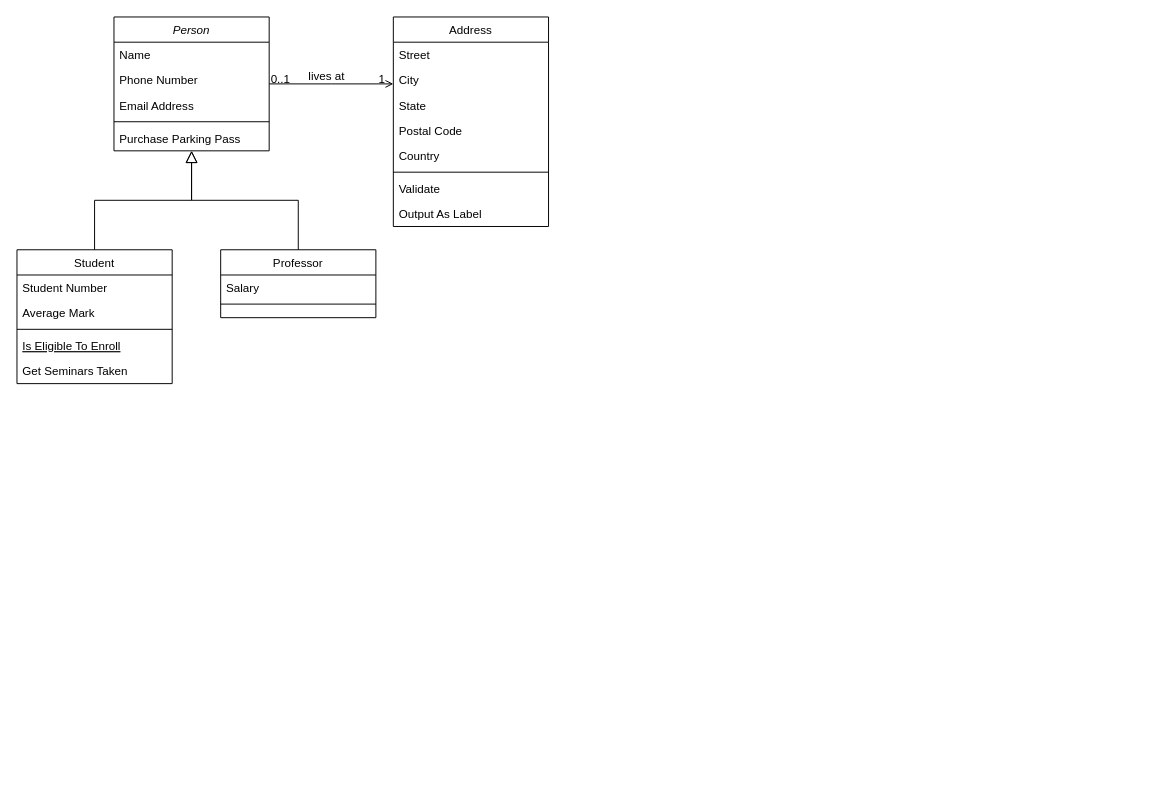
The draw.io diagram Untitled Diagram.drawio in iamheetp/ecomstore, before the edit. Source tidied: cells renumbered, new cells numbered last; positions are measured from the earlier drawing's top-left corner, leaving out a move shared by most shapes. Both pictures are drawn from the tidied source at 97%, with x=0, y=0 at pixel (16, 16).
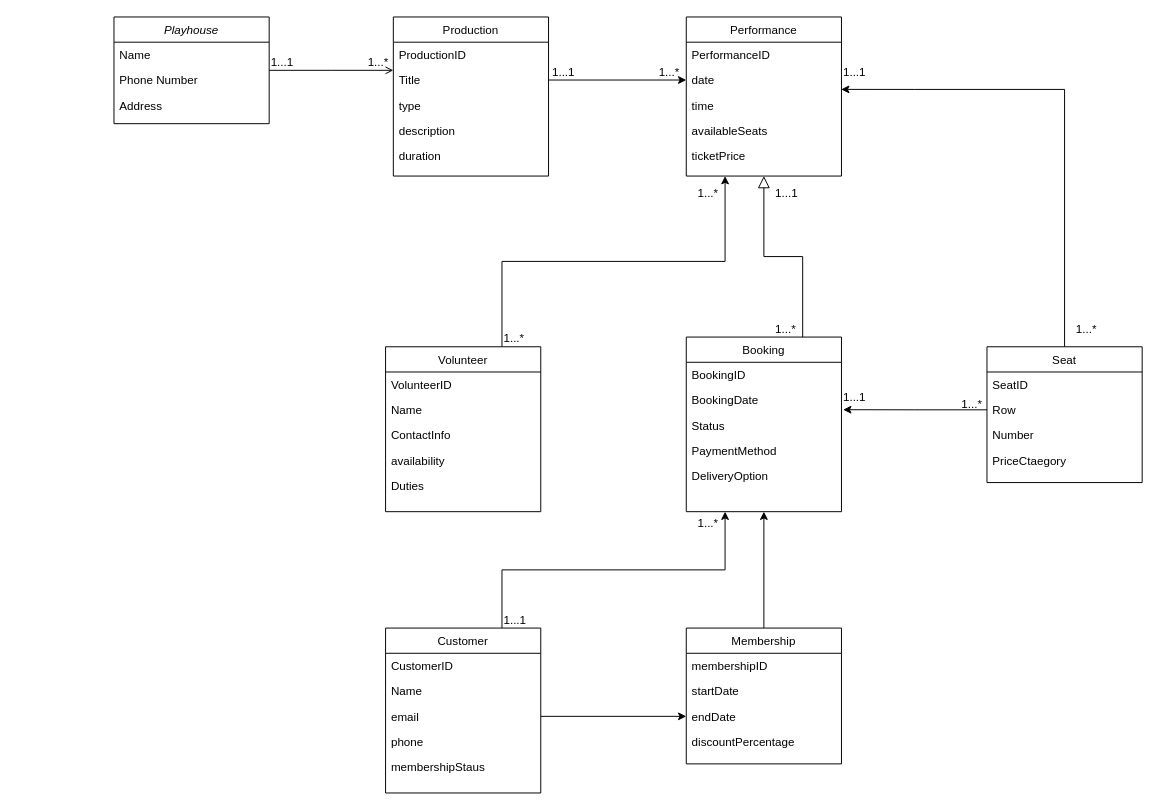
After the change.

Unchanged cells that the change refers to:
```xml
<mxCell id="28" style="endArrow=open;shadow=0;strokeWidth=1;rounded=0;curved=0;endFill=1;edgeStyle=elbowEdgeStyle;elbow=vertical;" parent="1" edge="1" source="2" target="19">
  <mxGeometry x="0.5" y="41" relative="1" as="geometry">
    <mxPoint x="-40" y="32" as="offset" />
  </mxGeometry>
</mxCell>
```

Change to the diagram source:
```diff
@@
-    <mxCell id="2" value="Person" style="swimlane;fontStyle=2;align=center;verticalAlign=top;horizontal=1;startSize=26;rounded=0;shadow=0;strokeWidth=1;" parent="1" vertex="1">
-      <mxGeometry x="100" width="160" height="138" as="geometry" />
+    <mxCell id="2" value="Playhouse" style="swimlane;fontStyle=2;align=center;verticalAlign=top;horizontal=1;startSize=26;rounded=0;shadow=0;strokeWidth=1;" parent="1" vertex="1">
+      <mxGeometry x="100" width="160" height="110" as="geometry" />
     </mxCell>
@@
-    <mxCell id="5" value="Email Address" style="text;align=left;verticalAlign=top;spacingLeft=4;spacingRight=4;overflow=hidden;rounded=0;shadow=0;html=0;" parent="2" vertex="1">
+    <mxCell id="5" value="Address" style="text;align=left;verticalAlign=top;spacingLeft=4;spacingRight=4;overflow=hidden;rounded=0;shadow=0;html=0;" parent="2" vertex="1">
       <mxGeometry y="78" width="160" height="26" as="geometry" />
     </mxCell>
-    <mxCell id="6" style="line;html=1;strokeWidth=1;align=left;verticalAlign=middle;spacingTop=-1;spacingLeft=3;spacingRight=3;labelPosition=right;" parent="2" vertex="1">
-      <mxGeometry y="104" width="160" height="8" as="geometry" />
-    </mxCell>
-    <mxCell id="7" value="Purchase Parking Pass" style="text;align=left;verticalAlign=top;spacingLeft=4;spacingRight=4;overflow=hidden;" parent="2" vertex="1">
-      <mxGeometry y="112" width="160" height="26" as="geometry" />
-    </mxCell>
+    <mxCell id="32" style="edgeStyle=orthogonalEdgeStyle;rounded=0;jettySize=auto;html=1;exitX=0.75;exitY=0;exitDx=0;exitDy=0;entryX=0.25;entryY=1;entryDx=0;entryDy=0;" parent="1" edge="1" source="8" target="40">
+      <mxGeometry relative="1" as="geometry" />
+    </mxCell>
-    <mxCell id="8" value="Student" style="swimlane;fontStyle=0;align=center;verticalAlign=top;horizontal=1;startSize=26;rounded=0;shadow=0;strokeWidth=1;" parent="1" vertex="1">
-      <mxGeometry y="240" width="160" height="138" as="geometry" />
+    <mxCell id="8" value="Volunteer" style="swimlane;fontStyle=0;align=center;verticalAlign=top;horizontal=1;startSize=26;rounded=0;shadow=0;strokeWidth=1;" parent="1" vertex="1">
+      <mxGeometry x="380" y="340" width="160" height="170" as="geometry" />
     </mxCell>
-    <mxCell id="9" value="Student Number" style="text;align=left;verticalAlign=top;spacingLeft=4;spacingRight=4;overflow=hidden;" parent="8" vertex="1">
+    <mxCell id="9" value="VolunteerID" style="text;align=left;verticalAlign=top;spacingLeft=4;spacingRight=4;overflow=hidden;" parent="8" vertex="1">
       <mxGeometry y="26" width="160" height="26" as="geometry" />
     </mxCell>
-    <mxCell id="10" value="Average Mark" style="text;align=left;verticalAlign=top;spacingLeft=4;spacingRight=4;overflow=hidden;rounded=0;shadow=0;html=0;" parent="8" vertex="1">
+    <mxCell id="10" value="Name" style="text;align=left;verticalAlign=top;spacingLeft=4;spacingRight=4;overflow=hidden;rounded=0;shadow=0;html=0;" parent="8" vertex="1">
       <mxGeometry y="52" width="160" height="26" as="geometry" />
     </mxCell>
-    <mxCell id="11" style="line;html=1;strokeWidth=1;align=left;verticalAlign=middle;spacingTop=-1;spacingLeft=3;spacingRight=3;labelPosition=right;" parent="8" vertex="1">
-      <mxGeometry y="78" width="160" height="8" as="geometry" />
-    </mxCell>
-    <mxCell id="12" value="Is Eligible To Enroll" style="text;align=left;verticalAlign=top;spacingLeft=4;spacingRight=4;overflow=hidden;fontStyle=4;" parent="8" vertex="1">
-      <mxGeometry y="86" width="160" height="26" as="geometry" />
-    </mxCell>
-    <mxCell id="13" value="Get Seminars Taken" style="text;align=left;verticalAlign=top;spacingLeft=4;spacingRight=4;overflow=hidden;" parent="8" vertex="1">
-      <mxGeometry y="112" width="160" height="26" as="geometry" />
-    </mxCell>
-    <mxCell id="14" style="endArrow=block;endSize=10;endFill=0;shadow=0;strokeWidth=1;rounded=0;curved=0;edgeStyle=elbowEdgeStyle;elbow=vertical;" parent="1" edge="1" source="8" target="2">
-      <mxGeometry relative="1" as="geometry" />
-    </mxCell>
+    <mxCell id="33" value="ContactInfo" style="text;align=left;verticalAlign=top;spacingLeft=4;spacingRight=4;overflow=hidden;rounded=0;shadow=0;html=0;" parent="8" vertex="1">
+      <mxGeometry y="78" width="160" height="26" as="geometry" />
+    </mxCell>
+    <mxCell id="34" value="availability" style="text;align=left;verticalAlign=top;spacingLeft=4;spacingRight=4;overflow=hidden;rounded=0;shadow=0;html=0;" parent="8" vertex="1">
+      <mxGeometry y="104" width="160" height="26" as="geometry" />
+    </mxCell>
+    <mxCell id="35" value="Duties" style="text;align=left;verticalAlign=top;spacingLeft=4;spacingRight=4;overflow=hidden;rounded=0;shadow=0;html=0;" parent="8" vertex="1">
+      <mxGeometry y="130" width="160" height="26" as="geometry" />
+    </mxCell>
-    <mxCell id="15" value="Professor" style="swimlane;fontStyle=0;align=center;verticalAlign=top;horizontal=1;startSize=26;rounded=0;shadow=0;strokeWidth=1;" parent="1" vertex="1">
-      <mxGeometry x="210" y="240" width="160" height="70" as="geometry" />
+    <mxCell id="15" value="Booking" style="swimlane;fontStyle=0;align=center;verticalAlign=top;horizontal=1;startSize=26;rounded=0;shadow=0;strokeWidth=1;" parent="1" vertex="1">
+      <mxGeometry x="690" y="330" width="160" height="180" as="geometry" />
     </mxCell>
-    <mxCell id="16" value="Salary" style="text;align=left;verticalAlign=top;spacingLeft=4;spacingRight=4;overflow=hidden;" parent="15" vertex="1">
+    <mxCell id="16" value="BookingID" style="text;align=left;verticalAlign=top;spacingLeft=4;spacingRight=4;overflow=hidden;" parent="15" vertex="1">
       <mxGeometry y="26" width="160" height="26" as="geometry" />
     </mxCell>
-    <mxCell id="17" style="line;html=1;strokeWidth=1;align=left;verticalAlign=middle;spacingTop=-1;spacingLeft=3;spacingRight=3;labelPosition=right;" parent="15" vertex="1">
-      <mxGeometry y="52" width="160" height="8" as="geometry" />
-    </mxCell>
+    <mxCell id="36" value="BookingDate" style="text;align=left;verticalAlign=top;spacingLeft=4;spacingRight=4;overflow=hidden;points=[[0,0.5],[1,0.5]];portConstraint=eastwest;" parent="15" vertex="1">
+      <mxGeometry y="52" width="160" height="26" as="geometry" />
+    </mxCell>
+    <mxCell id="37" value="Status" style="text;align=left;verticalAlign=top;spacingLeft=4;spacingRight=4;overflow=hidden;" parent="15" vertex="1">
+      <mxGeometry y="78" width="160" height="26" as="geometry" />
+    </mxCell>
+    <mxCell id="38" value="PaymentMethod" style="text;align=left;verticalAlign=top;spacingLeft=4;spacingRight=4;overflow=hidden;" parent="15" vertex="1">
+      <mxGeometry y="104" width="160" height="26" as="geometry" />
+    </mxCell>
+    <mxCell id="39" value="DeliveryOption" style="text;align=left;verticalAlign=top;spacingLeft=4;spacingRight=4;overflow=hidden;" parent="15" vertex="1">
+      <mxGeometry y="130" width="160" height="26" as="geometry" />
+    </mxCell>
-    <mxCell id="18" style="endArrow=block;endSize=10;endFill=0;shadow=0;strokeWidth=1;rounded=0;curved=0;edgeStyle=elbowEdgeStyle;elbow=vertical;" parent="1" edge="1" source="15" target="2">
-      <mxGeometry relative="1" as="geometry" />
+    <mxCell id="18" style="endArrow=block;endSize=10;endFill=0;shadow=0;strokeWidth=1;rounded=0;curved=0;edgeStyle=elbowEdgeStyle;elbow=vertical;entryX=0.5;entryY=1;entryDx=0;entryDy=0;" parent="1" edge="1" target="40">
+      <mxGeometry relative="1" as="geometry">
+        <mxPoint x="810" y="330" as="sourcePoint" />
+      </mxGeometry>
     </mxCell>
-    <mxCell id="19" value="Address" style="swimlane;fontStyle=0;align=center;verticalAlign=top;horizontal=1;startSize=26;rounded=0;shadow=0;strokeWidth=1;" parent="1" vertex="1">
-      <mxGeometry x="388" width="160" height="216" as="geometry" />
+    <mxCell id="19" value="Production" style="swimlane;fontStyle=0;align=center;verticalAlign=top;horizontal=1;startSize=26;rounded=0;shadow=0;strokeWidth=1;" parent="1" vertex="1">
+      <mxGeometry x="388" width="160" height="164" as="geometry" />
     </mxCell>
-    <mxCell id="20" value="Street" style="text;align=left;verticalAlign=top;spacingLeft=4;spacingRight=4;overflow=hidden;" parent="19" vertex="1">
+    <mxCell id="20" value="ProductionID" style="text;align=left;verticalAlign=top;spacingLeft=4;spacingRight=4;overflow=hidden;" parent="19" vertex="1">
       <mxGeometry y="26" width="160" height="26" as="geometry" />
     </mxCell>
-    <mxCell id="21" value="City" style="text;align=left;verticalAlign=top;spacingLeft=4;spacingRight=4;overflow=hidden;points=[[0,0.5],[1,0.5]];portConstraint=eastwest;rounded=0;shadow=0;html=0;" parent="19" vertex="1">
+    <mxCell id="21" value="Title" style="text;align=left;verticalAlign=top;spacingLeft=4;spacingRight=4;overflow=hidden;points=[[0,0.5],[1,0.5]];portConstraint=eastwest;rounded=0;shadow=0;html=0;" parent="19" vertex="1">
       <mxGeometry y="52" width="160" height="26" as="geometry" />
     </mxCell>
-    <mxCell id="22" value="State" style="text;align=left;verticalAlign=top;spacingLeft=4;spacingRight=4;overflow=hidden;rounded=0;shadow=0;html=0;" parent="19" vertex="1">
+    <mxCell id="22" value="type" style="text;align=left;verticalAlign=top;spacingLeft=4;spacingRight=4;overflow=hidden;rounded=0;shadow=0;html=0;" parent="19" vertex="1">
       <mxGeometry y="78" width="160" height="26" as="geometry" />
     </mxCell>
-    <mxCell id="23" value="Postal Code" style="text;align=left;verticalAlign=top;spacingLeft=4;spacingRight=4;overflow=hidden;rounded=0;shadow=0;html=0;" parent="19" vertex="1">
+    <mxCell id="23" value="description" style="text;align=left;verticalAlign=top;spacingLeft=4;spacingRight=4;overflow=hidden;rounded=0;shadow=0;html=0;" parent="19" vertex="1">
       <mxGeometry y="104" width="160" height="26" as="geometry" />
     </mxCell>
-    <mxCell id="24" value="Country" style="text;align=left;verticalAlign=top;spacingLeft=4;spacingRight=4;overflow=hidden;rounded=0;shadow=0;html=0;" parent="19" vertex="1">
+    <mxCell id="24" value="duration" style="text;align=left;verticalAlign=top;spacingLeft=4;spacingRight=4;overflow=hidden;rounded=0;shadow=0;html=0;" parent="19" vertex="1">
       <mxGeometry y="130" width="160" height="26" as="geometry" />
     </mxCell>
-    <mxCell id="25" style="line;html=1;strokeWidth=1;align=left;verticalAlign=middle;spacingTop=-1;spacingLeft=3;spacingRight=3;labelPosition=right;" parent="19" vertex="1">
-      <mxGeometry y="156" width="160" height="8" as="geometry" />
-    </mxCell>
-    <mxCell id="26" value="Validate" style="text;align=left;verticalAlign=top;spacingLeft=4;spacingRight=4;overflow=hidden;" parent="19" vertex="1">
-      <mxGeometry y="164" width="160" height="26" as="geometry" />
-    </mxCell>
-    <mxCell id="27" value="Output As Label" style="text;align=left;verticalAlign=top;spacingLeft=4;spacingRight=4;overflow=hidden;" parent="19" vertex="1">
-      <mxGeometry y="190" width="160" height="26" as="geometry" />
-    </mxCell>
@@
-    <mxCell id="29" value="0..1" style="align=left;verticalAlign=bottom;labelBackgroundColor=none;fontSize=12;" parent="28" vertex="1">
-      <mxGeometry x="-1" relative="1" as="geometry">
-        <mxPoint y="4" as="offset" />
-      </mxGeometry>
+    <mxCell id="29" value="1...1" style="align=left;verticalAlign=bottom;labelBackgroundColor=none;fontSize=12;" parent="28" vertex="1">
+      <mxGeometry x="-1" relative="1" as="geometry" />
     </mxCell>
-    <mxCell id="30" value="1" style="align=right;verticalAlign=bottom;labelBackgroundColor=none;fontSize=12;" parent="28" vertex="1">
-      <mxGeometry x="1" relative="1" as="geometry">
-        <mxPoint x="-7" y="4" as="offset" />
-      </mxGeometry>
-    </mxCell>
-    <mxCell id="31" value="lives at" style="text;html=1;align=center;verticalAlign=middle;labelBackgroundColor=none;rounded=0;shadow=0;strokeWidth=1;fontSize=12;" parent="28" vertex="1">
-      <mxGeometry x="0.5" y="49" relative="1" as="geometry">
-        <mxPoint x="-38" y="40" as="offset" />
-      </mxGeometry>
-    </mxCell>
+    <mxCell id="40" value="Performance" style="swimlane;fontStyle=0;align=center;verticalAlign=top;horizontal=1;startSize=26;rounded=0;shadow=0;strokeWidth=1;" parent="1" vertex="1">
+      <mxGeometry x="690" width="160" height="164" as="geometry" />
+    </mxCell>
+    <mxCell id="41" value="PerformanceID" style="text;align=left;verticalAlign=top;spacingLeft=4;spacingRight=4;overflow=hidden;" parent="40" vertex="1">
+      <mxGeometry y="26" width="160" height="26" as="geometry" />
+    </mxCell>
+    <mxCell id="42" value="date" style="text;align=left;verticalAlign=top;spacingLeft=4;spacingRight=4;overflow=hidden;points=[[0,0.5],[1,0.5]];portConstraint=eastwest;rounded=0;shadow=0;html=0;" parent="40" vertex="1">
+      <mxGeometry y="52" width="160" height="26" as="geometry" />
+    </mxCell>
+    <mxCell id="43" value="time" style="text;align=left;verticalAlign=top;spacingLeft=4;spacingRight=4;overflow=hidden;rounded=0;shadow=0;html=0;" parent="40" vertex="1">
+      <mxGeometry y="78" width="160" height="26" as="geometry" />
+    </mxCell>
+    <mxCell id="44" value="availableSeats" style="text;align=left;verticalAlign=top;spacingLeft=4;spacingRight=4;overflow=hidden;rounded=0;shadow=0;html=0;" parent="40" vertex="1">
+      <mxGeometry y="104" width="160" height="26" as="geometry" />
+    </mxCell>
+    <mxCell id="45" value="ticketPrice" style="text;align=left;verticalAlign=top;spacingLeft=4;spacingRight=4;overflow=hidden;rounded=0;shadow=0;html=0;" parent="40" vertex="1">
+      <mxGeometry y="130" width="160" height="26" as="geometry" />
+    </mxCell>
+    <mxCell id="46" style="edgeStyle=orthogonalEdgeStyle;rounded=0;jettySize=auto;html=1;exitX=0.75;exitY=0;exitDx=0;exitDy=0;entryX=0.25;entryY=1;entryDx=0;entryDy=0;" parent="1" edge="1" source="47" target="15">
+      <mxGeometry relative="1" as="geometry" />
+    </mxCell>
+    <mxCell id="47" value="Customer" style="swimlane;fontStyle=0;align=center;verticalAlign=top;horizontal=1;startSize=26;rounded=0;shadow=0;strokeWidth=1;" parent="1" vertex="1">
+      <mxGeometry x="380" y="630" width="160" height="170" as="geometry" />
+    </mxCell>
+    <mxCell id="48" value="CustomerID" style="text;align=left;verticalAlign=top;spacingLeft=4;spacingRight=4;overflow=hidden;" parent="47" vertex="1">
+      <mxGeometry y="26" width="160" height="26" as="geometry" />
+    </mxCell>
+    <mxCell id="49" value="Name" style="text;align=left;verticalAlign=top;spacingLeft=4;spacingRight=4;overflow=hidden;rounded=0;shadow=0;html=0;" parent="47" vertex="1">
+      <mxGeometry y="52" width="160" height="26" as="geometry" />
+    </mxCell>
+    <mxCell id="50" value="email" style="text;align=left;verticalAlign=top;spacingLeft=4;spacingRight=4;overflow=hidden;points=[[0,0.5],[1,0.5]];portConstraint=eastwest;rounded=0;shadow=0;html=0;" parent="47" vertex="1">
+      <mxGeometry y="78" width="160" height="26" as="geometry" />
+    </mxCell>
+    <mxCell id="51" value="phone" style="text;align=left;verticalAlign=top;spacingLeft=4;spacingRight=4;overflow=hidden;rounded=0;shadow=0;html=0;" parent="47" vertex="1">
+      <mxGeometry y="104" width="160" height="26" as="geometry" />
+    </mxCell>
+    <mxCell id="52" value="membershipStaus" style="text;align=left;verticalAlign=top;spacingLeft=4;spacingRight=4;overflow=hidden;rounded=0;shadow=0;html=0;" parent="47" vertex="1">
+      <mxGeometry y="130" width="160" height="26" as="geometry" />
+    </mxCell>
+    <mxCell id="53" style="edgeStyle=orthogonalEdgeStyle;rounded=0;jettySize=auto;html=1;exitX=0.5;exitY=0;exitDx=0;exitDy=0;entryX=0.5;entryY=1;entryDx=0;entryDy=0;" parent="1" edge="1" source="54" target="15">
+      <mxGeometry relative="1" as="geometry" />
+    </mxCell>
+    <mxCell id="54" value="Membership" style="swimlane;fontStyle=0;align=center;verticalAlign=top;horizontal=1;startSize=26;rounded=0;shadow=0;strokeWidth=1;" parent="1" vertex="1">
+      <mxGeometry x="690" y="630" width="160" height="140" as="geometry" />
+    </mxCell>
+    <mxCell id="55" value="membershipID" style="text;align=left;verticalAlign=top;spacingLeft=4;spacingRight=4;overflow=hidden;" parent="54" vertex="1">
+      <mxGeometry y="26" width="160" height="26" as="geometry" />
+    </mxCell>
+    <mxCell id="56" value="startDate" style="text;align=left;verticalAlign=top;spacingLeft=4;spacingRight=4;overflow=hidden;rounded=0;shadow=0;html=0;" parent="54" vertex="1">
+      <mxGeometry y="52" width="160" height="26" as="geometry" />
+    </mxCell>
+    <mxCell id="57" value="endDate" style="text;align=left;verticalAlign=top;spacingLeft=4;spacingRight=4;overflow=hidden;points=[[0,0.5],[1,0.5]];portConstraint=eastwest;rounded=0;shadow=0;html=0;" parent="54" vertex="1">
+      <mxGeometry y="78" width="160" height="26" as="geometry" />
+    </mxCell>
+    <mxCell id="58" value="discountPercentage" style="text;align=left;verticalAlign=top;spacingLeft=4;spacingRight=4;overflow=hidden;rounded=0;shadow=0;html=0;" parent="54" vertex="1">
+      <mxGeometry y="104" width="160" height="26" as="geometry" />
+    </mxCell>
+    <mxCell id="59" style="edgeStyle=orthogonalEdgeStyle;rounded=0;jettySize=auto;html=1;exitX=1;exitY=0.5;exitDx=0;exitDy=0;entryX=0;entryY=0.5;entryDx=0;entryDy=0;" parent="1" edge="1" source="50" target="57">
+      <mxGeometry relative="1" as="geometry" />
+    </mxCell>
+    <mxCell id="60" value="1...*" style="align=left;verticalAlign=bottom;labelBackgroundColor=none;fontSize=12;direction=west;rotation=0;" parent="1" vertex="1">
+      <mxGeometry x="360" y="55" as="geometry" />
+    </mxCell>
+    <mxCell id="61" style="edgeStyle=orthogonalEdgeStyle;rounded=0;jettySize=auto;html=1;exitX=1;exitY=0.5;exitDx=0;exitDy=0;entryX=0;entryY=0.5;entryDx=0;entryDy=0;" parent="1" edge="1" source="21" target="42">
+      <mxGeometry relative="1" as="geometry" />
+    </mxCell>
+    <mxCell id="62" value="1...1" style="align=left;verticalAlign=bottom;labelBackgroundColor=none;fontSize=12;" parent="1" vertex="1">
+      <mxGeometry x="550" y="65.6" as="geometry" />
+    </mxCell>
+    <mxCell id="63" value="1...*" style="align=left;verticalAlign=bottom;labelBackgroundColor=none;fontSize=12;" parent="1" vertex="1">
+      <mxGeometry x="660" y="65.6" as="geometry" />
+    </mxCell>
+    <mxCell id="64" value="1...*" style="align=left;verticalAlign=bottom;labelBackgroundColor=none;fontSize=12;" parent="1" vertex="1">
+      <mxGeometry x="700" y="190" as="geometry" />
+    </mxCell>
+    <mxCell id="65" value="1...*" style="align=left;verticalAlign=bottom;labelBackgroundColor=none;fontSize=12;" parent="1" vertex="1">
+      <mxGeometry x="500" y="340" as="geometry" />
+    </mxCell>
+    <mxCell id="66" value="Seat" style="swimlane;fontStyle=0;align=center;verticalAlign=top;horizontal=1;startSize=26;rounded=0;shadow=0;strokeWidth=1;" parent="1" vertex="1">
+      <mxGeometry x="1000" y="340" width="160" height="140" as="geometry" />
+    </mxCell>
+    <mxCell id="67" value="SeatID" style="text;align=left;verticalAlign=top;spacingLeft=4;spacingRight=4;overflow=hidden;" parent="66" vertex="1">
+      <mxGeometry y="26" width="160" height="26" as="geometry" />
+    </mxCell>
+    <mxCell id="68" value="Row" style="text;align=left;verticalAlign=top;spacingLeft=4;spacingRight=4;overflow=hidden;points=[[0,0.5],[1,0.5]];portConstraint=eastwest;rounded=0;shadow=0;html=0;" parent="66" vertex="1">
+      <mxGeometry y="52" width="160" height="26" as="geometry" />
+    </mxCell>
+    <mxCell id="69" value="Number" style="text;align=left;verticalAlign=top;spacingLeft=4;spacingRight=4;overflow=hidden;rounded=0;shadow=0;html=0;" parent="66" vertex="1">
+      <mxGeometry y="78" width="160" height="26" as="geometry" />
+    </mxCell>
+    <mxCell id="70" value="PriceCtaegory" style="text;align=left;verticalAlign=top;spacingLeft=4;spacingRight=4;overflow=hidden;rounded=0;shadow=0;html=0;" parent="66" vertex="1">
+      <mxGeometry y="104" width="160" height="26" as="geometry" />
+    </mxCell>
+    <mxCell id="71" style="edgeStyle=orthogonalEdgeStyle;rounded=0;jettySize=auto;html=1;exitX=0;exitY=0.5;exitDx=0;exitDy=0;entryX=1.011;entryY=0.88;entryDx=0;entryDy=0;entryPerimeter=0;" parent="1" edge="1" source="68" target="36">
+      <mxGeometry relative="1" as="geometry" />
+    </mxCell>
+    <mxCell id="72" value="1...*" style="align=left;verticalAlign=bottom;labelBackgroundColor=none;fontSize=12;" parent="1" vertex="1">
+      <mxGeometry x="1000" y="400" as="geometry">
+        <mxPoint x="-28" y="8" as="offset" />
+      </mxGeometry>
+    </mxCell>
+    <mxCell id="73" value="1...1" style="align=left;verticalAlign=bottom;labelBackgroundColor=none;fontSize=12;rotation=0;direction=south;" parent="1" vertex="1">
+      <mxGeometry x="850" y="400" as="geometry" />
+    </mxCell>
+    <mxCell id="74" style="edgeStyle=orthogonalEdgeStyle;rounded=0;jettySize=auto;html=1;exitX=0.5;exitY=0;exitDx=0;exitDy=0;entryX=0.998;entryY=0.872;entryDx=0;entryDy=0;entryPerimeter=0;" parent="1" edge="1" source="66" target="42">
+      <mxGeometry relative="1" as="geometry" />
+    </mxCell>
+    <mxCell id="75" value="1...*" style="align=left;verticalAlign=bottom;labelBackgroundColor=none;fontSize=12;rotation=0;" parent="1" vertex="1">
+      <mxGeometry x="1090" y="330" as="geometry" />
+    </mxCell>
+    <mxCell id="76" value="1...1" style="align=left;verticalAlign=bottom;labelBackgroundColor=none;fontSize=12;" parent="1" vertex="1">
+      <mxGeometry x="850" y="65.6" as="geometry" />
+    </mxCell>
+    <mxCell id="77" value="1...1" style="align=left;verticalAlign=bottom;labelBackgroundColor=none;fontSize=12;" parent="1" vertex="1">
+      <mxGeometry x="500" y="630" as="geometry" />
+    </mxCell>
+    <mxCell id="78" value="1...*" style="align=left;verticalAlign=bottom;labelBackgroundColor=none;fontSize=12;" parent="1" vertex="1">
+      <mxGeometry x="700" y="530" as="geometry" />
+    </mxCell>
+    <mxCell id="79" value="1...*" style="align=left;verticalAlign=bottom;labelBackgroundColor=none;fontSize=12;" parent="1" vertex="1">
+      <mxGeometry x="780" y="330" as="geometry" />
+    </mxCell>
+    <mxCell id="80" value="1...1" style="align=left;verticalAlign=bottom;labelBackgroundColor=none;fontSize=12;" parent="1" vertex="1">
+      <mxGeometry x="780" y="190" as="geometry" />
+    </mxCell>
```
